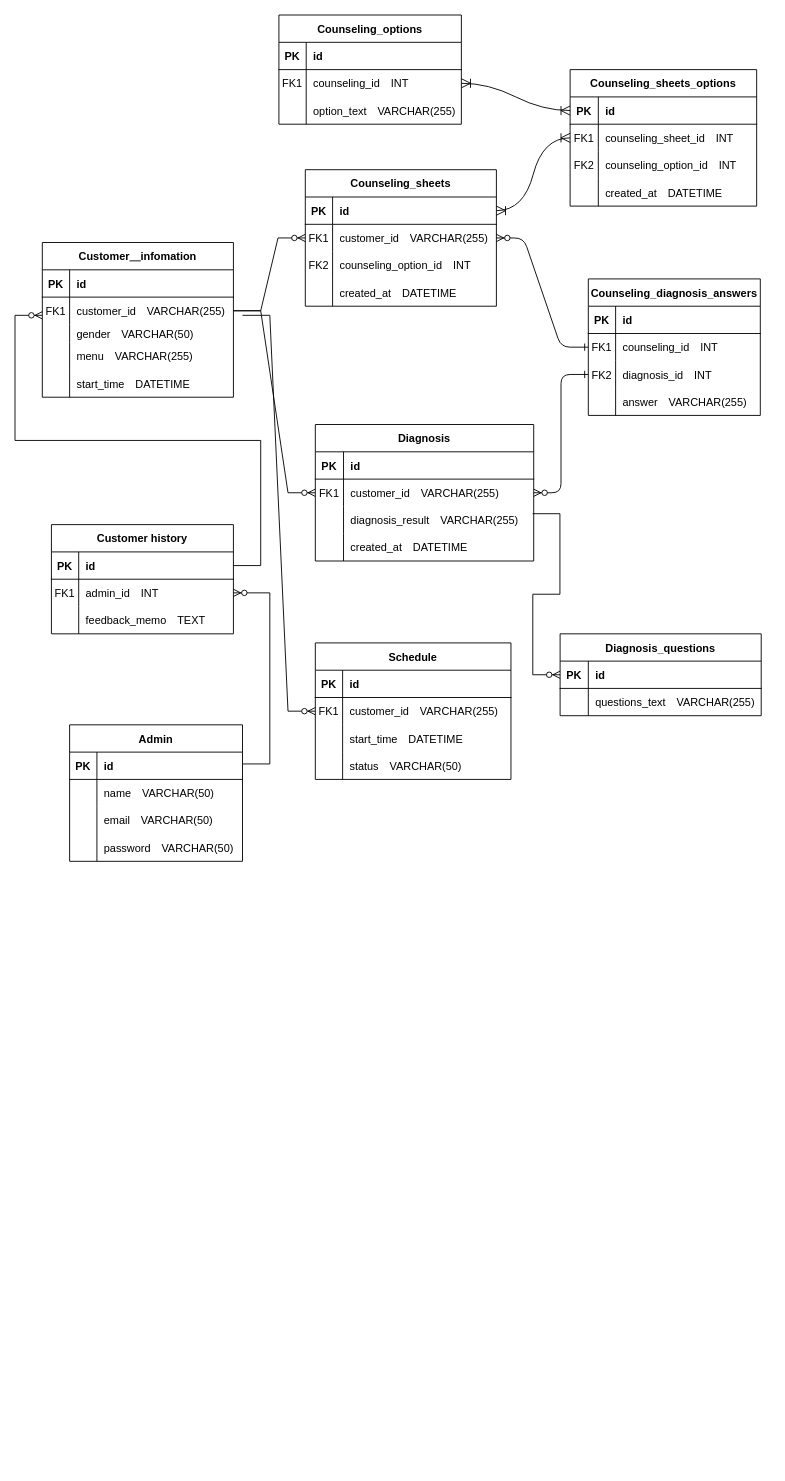
Before: 名称未設定ファイル.drawio in haaaaaru1227/my-new-project, a draw.io diagram. Source tidied: cells renumbered, new cells numbered last; positions are measured from the earlier drawing's top-left corner, leaving out a move shared by most shapes. Both pictures are drawn from the tidied source at 91%, with x=0, y=0 at pixel (42, 15).
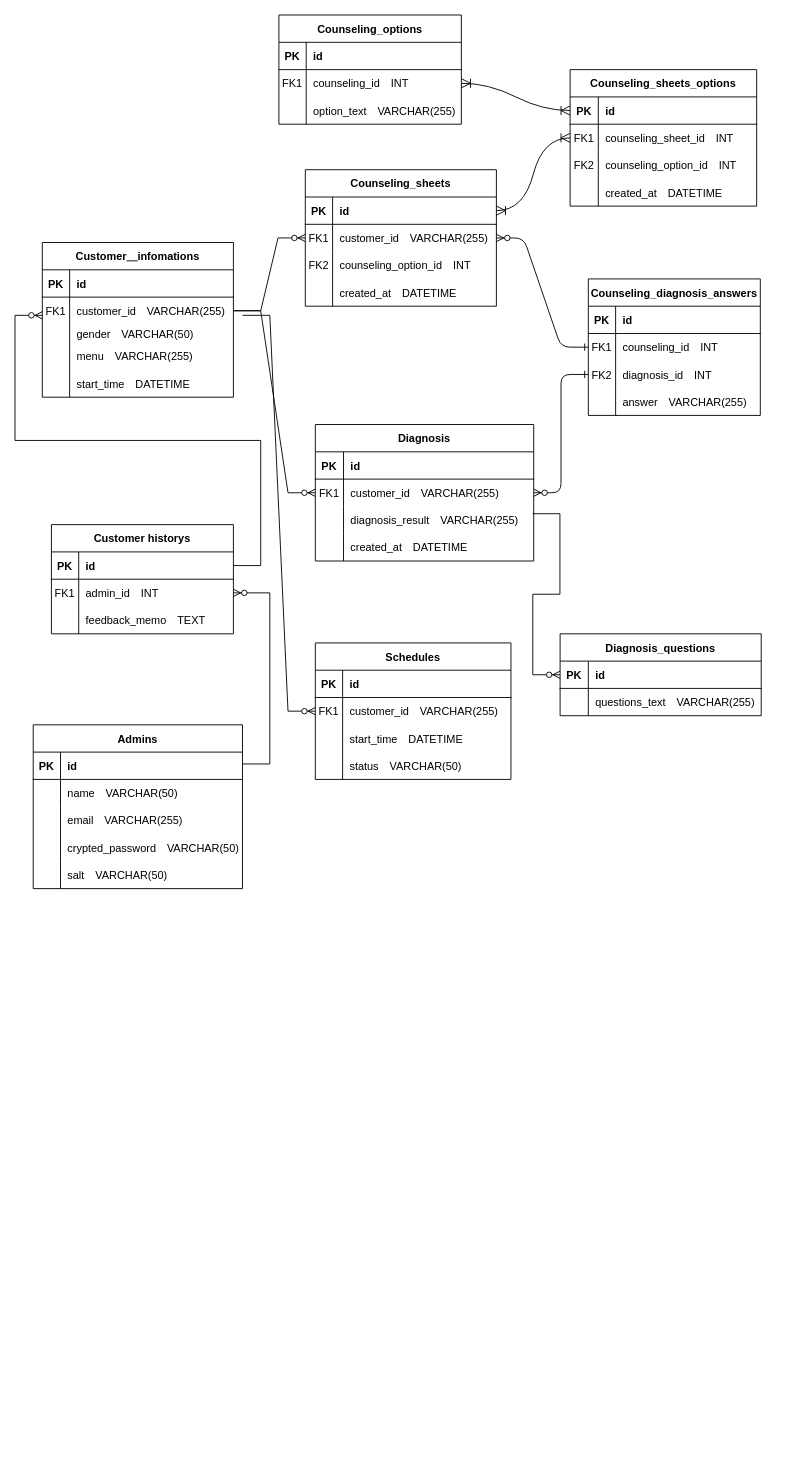
Above is the later version.

Commit message:
名称未設定ファイル.drawio を更新します

Change to the diagram source:
```diff
@@
-    <mxCell id="21" value="Admin" style="shape=table;startSize=30;childLayout=tableLayout;rowLines=0;fontStyle=1;align=center;" parent="1" vertex="1">
-      <mxGeometry x="30" y="780" width="190" height="150" as="geometry" />
+    <mxCell id="21" value="Admins" style="shape=table;startSize=30;childLayout=tableLayout;rowLines=0;fontStyle=1;align=center;" parent="1" vertex="1">
+      <mxGeometry x="-10" y="780" width="230" height="180" as="geometry" />
     </mxCell>
     <mxCell id="22" style="shape=partialRectangle;fillColor=none;top=0;left=0;right=0;bottom=1;" parent="21" vertex="1">
-      <mxGeometry y="30" width="190" height="30" as="geometry" />
+      <mxGeometry y="30" width="230" height="30" as="geometry" />
     </mxCell>
@@
     <mxCell id="24" value="id" style="shape=partialRectangle;overflow=hidden;fillColor=none;top=0;left=0;bottom=0;right=0;align=left;spacingLeft=6;fontStyle=1;" parent="22" vertex="1">
-      <mxGeometry x="30" width="160" height="30" as="geometry" />
+      <mxGeometry x="30" width="200" height="30" as="geometry" />
     </mxCell>
     <mxCell id="25" style="shape=partialRectangle;fillColor=none;top=0;left=0;right=0;bottom=0;" parent="21" vertex="1">
-      <mxGeometry y="60" width="190" height="30" as="geometry" />
+      <mxGeometry y="60" width="230" height="30" as="geometry" />
     </mxCell>
@@
     <mxCell id="27" value="name　VARCHAR(50)" style="shape=partialRectangle;overflow=hidden;fillColor=none;top=0;left=0;bottom=0;right=0;align=left;spacingLeft=6;" parent="25" vertex="1">
-      <mxGeometry x="30" width="160" height="30" as="geometry" />
+      <mxGeometry x="30" width="200" height="30" as="geometry" />
     </mxCell>
     <mxCell id="28" style="shape=partialRectangle;fillColor=none;top=0;left=0;right=0;bottom=0;" parent="21" vertex="1">
-      <mxGeometry y="90" width="190" height="30" as="geometry" />
+      <mxGeometry y="90" width="230" height="30" as="geometry" />
     </mxCell>
@@
-    <mxCell id="30" value="email　VARCHAR(50)" style="shape=partialRectangle;overflow=hidden;fillColor=none;top=0;left=0;bottom=0;right=0;align=left;spacingLeft=6;" parent="28" vertex="1">
-      <mxGeometry x="30" width="160" height="30" as="geometry" />
+    <mxCell id="30" value="email　VARCHAR(255)" style="shape=partialRectangle;overflow=hidden;fillColor=none;top=0;left=0;bottom=0;right=0;align=left;spacingLeft=6;" parent="28" vertex="1">
+      <mxGeometry x="30" width="200" height="30" as="geometry" />
     </mxCell>
     <mxCell id="31" style="shape=partialRectangle;fillColor=none;top=0;left=0;right=0;bottom=0;" parent="21" vertex="1">
-      <mxGeometry y="120" width="190" height="30" as="geometry" />
+      <mxGeometry y="120" width="230" height="30" as="geometry" />
     </mxCell>
@@
-    <mxCell id="33" value="password　VARCHAR(50)" style="shape=partialRectangle;overflow=hidden;fillColor=none;top=0;left=0;bottom=0;right=0;align=left;spacingLeft=6;" parent="31" vertex="1">
-      <mxGeometry x="30" width="160" height="30" as="geometry" />
+    <mxCell id="33" value="crypted_password　VARCHAR(50)" style="shape=partialRectangle;overflow=hidden;fillColor=none;top=0;left=0;bottom=0;right=0;align=left;spacingLeft=6;" parent="31" vertex="1">
+      <mxGeometry x="30" width="200" height="30" as="geometry" />
     </mxCell>
+    <mxCell id="137" style="shape=partialRectangle;fillColor=none;top=0;left=0;right=0;bottom=0;" parent="21" vertex="1">
+      <mxGeometry y="150" width="230" height="30" as="geometry" />
+    </mxCell>
+    <mxCell id="138" style="shape=partialRectangle;overflow=hidden;fillColor=none;top=0;left=0;bottom=0;right=0;" parent="137" vertex="1">
+      <mxGeometry width="30" height="30" as="geometry" />
+    </mxCell>
+    <mxCell id="139" value="salt　VARCHAR(50)" style="shape=partialRectangle;overflow=hidden;fillColor=none;top=0;left=0;bottom=0;right=0;align=left;spacingLeft=6;" parent="137" vertex="1">
+      <mxGeometry x="30" width="200" height="30" as="geometry" />
+    </mxCell>
-    <mxCell id="34" value="Customer＿infomation" style="shape=table;startSize=30;childLayout=tableLayout;rowLines=0;fontStyle=1;align=center;" parent="1" vertex="1">
+    <mxCell id="34" value="Customer＿infomations" style="shape=table;startSize=30;childLayout=tableLayout;rowLines=0;fontStyle=1;align=center;" parent="1" vertex="1">
       <mxGeometry y="250" width="210" height="170" as="geometry" />
     </mxCell>
@@
-    <mxCell id="112" value="Customer history" style="shape=table;startSize=30;childLayout=tableLayout;rowLines=0;fontStyle=1;align=center;" parent="1" vertex="1">
+    <mxCell id="112" value="Customer historys" style="shape=table;startSize=30;childLayout=tableLayout;rowLines=0;fontStyle=1;align=center;" parent="1" vertex="1">
       <mxGeometry x="10" y="560" width="200" height="120" as="geometry" />
     </mxCell>
@@
-    <mxCell id="122" value="Schedule" style="shape=table;startSize=30;childLayout=tableLayout;rowLines=0;fontStyle=1;align=center;" parent="1" vertex="1">
+    <mxCell id="122" value="Schedules" style="shape=table;startSize=30;childLayout=tableLayout;rowLines=0;fontStyle=1;align=center;" parent="1" vertex="1">
       <mxGeometry x="300" y="690" width="215" height="150" as="geometry" />
     </mxCell>
```
